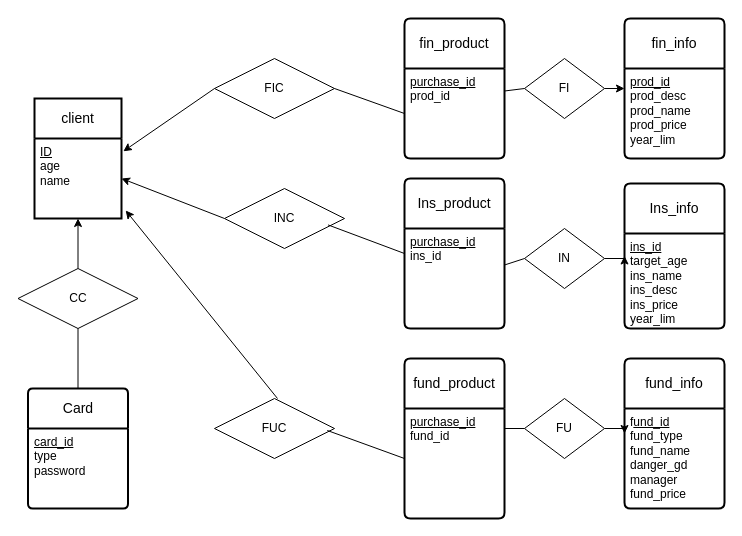
Above: finance.drawio in Chad-Wu/Sort-Algrithm (draw.io), before the change. Source tidied: cells renumbered, new cells numbered last; positions are measured from the earlier drawing's top-left corner, leaving out a move shared by most shapes. Both pictures are drawn from the tidied source at 100%, with x=0, y=0 at pixel (18, 18).
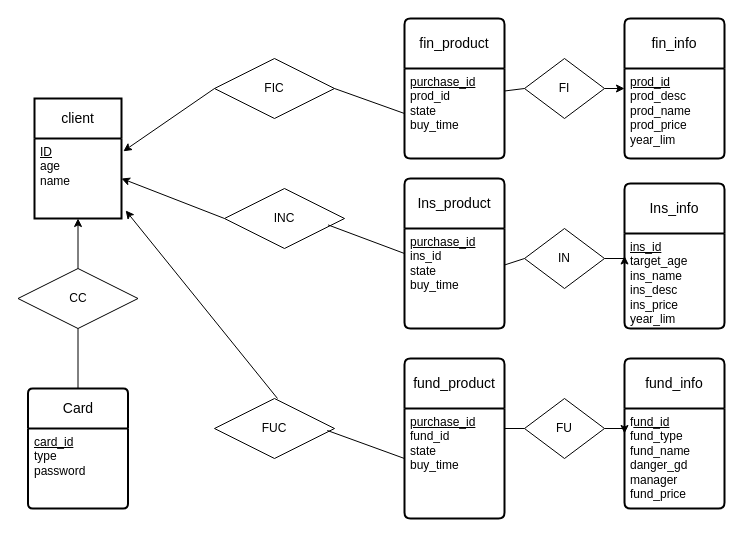
The same page after the edit.

Unchanged cells that the change refers to:
```xml
<mxCell id="4" value="fin_product" style="swimlane;horizontal=1;startSize=50;rounded=1;fontSize=14;fontStyle=0;strokeWidth=2;shadow=0;dashed=0;align=center;arcSize=4;whiteSpace=wrap;html=1;" parent="1" vertex="1">
  <mxGeometry x="386" width="100" height="140" as="geometry" />
</mxCell>
<mxCell id="6" value="Ins_product" style="swimlane;horizontal=1;startSize=50;rounded=1;fontSize=14;fontStyle=0;strokeWidth=2;shadow=0;dashed=0;align=center;arcSize=4;whiteSpace=wrap;html=1;" parent="1" vertex="1">
  <mxGeometry x="386" y="160" width="100" height="150" as="geometry" />
</mxCell>
<mxCell id="8" value="fund_product" style="swimlane;horizontal=1;startSize=50;rounded=1;fontSize=14;fontStyle=0;strokeWidth=2;shadow=0;dashed=0;align=center;arcSize=4;whiteSpace=wrap;html=1;" parent="1" vertex="1">
  <mxGeometry x="386" y="340" width="100" height="160" as="geometry" />
</mxCell>
```

Change to the diagram source:
```diff
@@
-    <mxCell id="5" value="&lt;u&gt;purchase_id&lt;/u&gt;&lt;br&gt;prod_id" style="align=left;strokeColor=none;fillColor=none;spacingLeft=4;fontSize=12;verticalAlign=top;html=1;" parent="4" vertex="1">
+    <mxCell id="5" value="&lt;u&gt;purchase_id&lt;/u&gt;&lt;br&gt;prod_id&lt;br&gt;state&lt;br&gt;buy_time" style="align=left;strokeColor=none;fillColor=none;spacingLeft=4;fontSize=12;verticalAlign=top;html=1;" parent="4" vertex="1">
       <mxGeometry y="50" width="100" height="90" as="geometry" />
     </mxCell>
@@
-    <mxCell id="7" value="&lt;u&gt;purchase_id&lt;/u&gt;&lt;br&gt;ins_id" style="align=left;strokeColor=none;fillColor=none;spacingLeft=4;fontSize=12;verticalAlign=top;html=1;" parent="6" vertex="1">
+    <mxCell id="7" value="&lt;u&gt;purchase_id&lt;/u&gt;&lt;br&gt;ins_id&lt;br&gt;state&lt;br style=&quot;border-color: var(--border-color);&quot;&gt;buy_time" style="align=left;strokeColor=none;fillColor=none;spacingLeft=4;fontSize=12;verticalAlign=top;html=1;" parent="6" vertex="1">
       <mxGeometry y="50" width="100" height="100" as="geometry" />
     </mxCell>
@@
-    <mxCell id="9" value="&lt;u&gt;purchase_id&lt;/u&gt;&lt;br&gt;fund_id" style="align=left;strokeColor=none;fillColor=none;spacingLeft=4;fontSize=12;verticalAlign=top;html=1;" parent="8" vertex="1">
+    <mxCell id="9" value="&lt;u&gt;purchase_id&lt;/u&gt;&lt;br&gt;fund_id&lt;br&gt;state&lt;br style=&quot;border-color: var(--border-color);&quot;&gt;buy_time" style="align=left;strokeColor=none;fillColor=none;spacingLeft=4;fontSize=12;verticalAlign=top;html=1;" parent="8" vertex="1">
       <mxGeometry y="50" width="100" height="110" as="geometry" />
     </mxCell>
```
